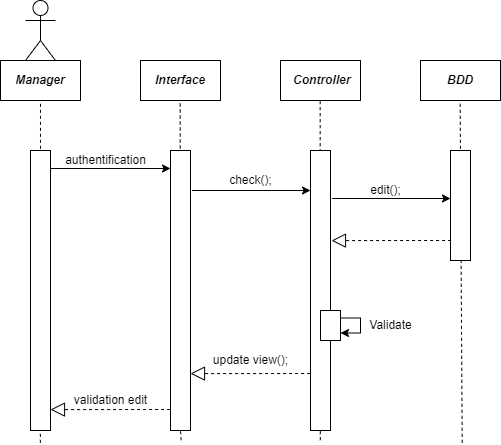
This is Diagrammes/diag séquence personnel modify.png from pierre1316/Projet-POO-CPP-CLI, a draw.io export, as it was before one commit. Source tidied: cells renumbered, new cells last; positions are measured from the earlier drawing's top-left corner, leaving out a move shared by most shapes.
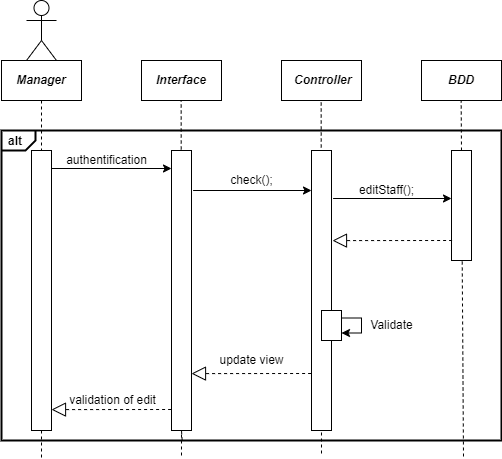
Later version of the same file.

Diff of the diagram source:
```diff
@@ -2,6 +2,9 @@
   <root>
     <mxCell id="0" />
     <mxCell id="1" parent="0" />
+    <mxCell id="30" value="&lt;p style=&quot;margin:0px;margin-top:4px;margin-left:7px;text-align:left;&quot;&gt;&lt;b&gt;alt&lt;/b&gt;&lt;/p&gt;" style="html=1;shape=mxgraph.sysml.package;overflow=fill;labelX=34.4;strokeWidth=2;align=center;fillColor=none;" parent="1" vertex="1">
+      <mxGeometry y="130" width="500" height="310" as="geometry" />
+    </mxCell>
     <mxCell id="2" value="&lt;p style=&quot;margin:13px;&quot;&gt;&lt;b&gt;&lt;i&gt;Manager&lt;/i&gt;&lt;/b&gt;&lt;/p&gt;" style="shape=rect;html=1;overflow=fill;whiteSpace=wrap;align=center;fillColor=none;" parent="1" vertex="1">
       <mxGeometry y="60" width="80" height="40" as="geometry" />
     </mxCell>
@@ -14,19 +17,20 @@
     <mxCell id="5" value="&lt;p style=&quot;margin:13px;&quot;&gt;&lt;b&gt;&lt;i&gt;Controller&lt;/i&gt;&lt;/b&gt;&lt;/p&gt;" style="shape=rect;html=1;overflow=fill;whiteSpace=wrap;align=center;fillColor=none;" parent="1" vertex="1">
       <mxGeometry x="280" y="60" width="80" height="40" as="geometry" />
     </mxCell>
-    <mxCell id="6" style="endArrow=none;dashed=1;html=1;rounded=0;entryX=0.5;entryY=1;entryDx=0;entryDy=0;exitX=0.127;exitY=1.007;exitDx=0;exitDy=0;exitPerimeter=0;" parent="1" edge="1" target="2">
+    <mxCell id="6" style="endArrow=none;dashed=1;html=1;rounded=0;entryX=0.5;entryY=1;entryDx=0;entryDy=0;" parent="1" edge="1" target="2">
       <mxGeometry relative="1" as="geometry">
-        <mxPoint x="39.8" y="442.3" as="sourcePoint" />
+        <mxPoint x="40" y="457" as="sourcePoint" />
       </mxGeometry>
     </mxCell>
-    <mxCell id="7" style="endArrow=none;dashed=1;html=1;rounded=0;entryX=0.5;entryY=1;entryDx=0;entryDy=0;exitX=0.5;exitY=1;exitDx=0;exitDy=0;startArrow=none;" parent="1" edge="1" source="10">
+    <mxCell id="7" style="endArrow=none;dashed=1;html=1;rounded=0;entryX=0.5;entryY=1;entryDx=0;entryDy=0;startArrow=none;" parent="1" edge="1">
       <mxGeometry relative="1" as="geometry">
+        <mxPoint x="180" y="455" as="sourcePoint" />
         <mxPoint x="179.7" y="100" as="targetPoint" />
       </mxGeometry>
     </mxCell>
-    <mxCell id="8" style="endArrow=none;dashed=1;html=1;rounded=0;entryX=0.5;entryY=1;entryDx=0;entryDy=0;exitX=0.636;exitY=0.999;exitDx=0;exitDy=0;exitPerimeter=0;" parent="1" edge="1">
+    <mxCell id="8" style="endArrow=none;dashed=1;html=1;rounded=0;entryX=0.5;entryY=1;entryDx=0;entryDy=0;" parent="1" edge="1">
       <mxGeometry relative="1" as="geometry">
-        <mxPoint x="319.8" y="439.7" as="sourcePoint" />
+        <mxPoint x="320" y="453" as="sourcePoint" />
         <mxPoint x="319.7" y="100" as="targetPoint" />
       </mxGeometry>
     </mxCell>
@@ -59,8 +63,8 @@
         <mxPoint x="50" y="409.1" as="targetPoint" />
       </mxGeometry>
     </mxCell>
-    <mxCell id="16" value="validation edit" style="text;html=1;align=center;verticalAlign=middle;strokeColor=none;fillColor=none;" parent="1" vertex="1">
-      <mxGeometry x="65" y="390" width="90" height="20" as="geometry" />
+    <mxCell id="16" value="validation of edit" style="text;html=1;align=center;verticalAlign=middle;strokeColor=none;fillColor=none;" parent="1" vertex="1">
+      <mxGeometry x="58" y="387" width="105" height="26" as="geometry" />
     </mxCell>
     <mxCell id="17" style="endArrow=classic;html=1;rounded=0;exitX=1.1;exitY=0.035;exitDx=0;exitDy=0;exitPerimeter=0;entryX=0.02;entryY=0.035;entryDx=0;entryDy=0;entryPerimeter=0;" parent="1" edge="1">
       <mxGeometry relative="1" as="geometry">
@@ -68,8 +72,8 @@
         <mxPoint x="450" y="198" as="targetPoint" />
       </mxGeometry>
     </mxCell>
-    <mxCell id="18" value="edit();" style="text;html=1;align=center;verticalAlign=middle;strokeColor=none;fillColor=none;" parent="1" vertex="1">
-      <mxGeometry x="360" y="180" width="50" height="20" as="geometry" />
+    <mxCell id="18" value="editStaff();" style="text;html=1;align=center;verticalAlign=middle;strokeColor=none;fillColor=none;" parent="1" vertex="1">
+      <mxGeometry x="345" y="175" width="80" height="30" as="geometry" />
     </mxCell>
     <mxCell id="19" style="endArrow=classic;html=1;rounded=0;exitX=1.1;exitY=0.035;exitDx=0;exitDy=0;exitPerimeter=0;entryX=0.02;entryY=0.035;entryDx=0;entryDy=0;entryPerimeter=0;" parent="1" edge="1">
       <mxGeometry relative="1" as="geometry">
@@ -86,9 +90,9 @@
     <mxCell id="21" value="&lt;p style=&quot;margin:13px;&quot;&gt;&lt;b&gt;&lt;i&gt;BDD&lt;/i&gt;&lt;/b&gt;&lt;/p&gt;" style="shape=rect;html=1;overflow=fill;whiteSpace=wrap;align=center;fillColor=none;" parent="1" vertex="1">
       <mxGeometry x="420" y="60" width="80" height="40" as="geometry" />
     </mxCell>
-    <mxCell id="22" style="endArrow=none;dashed=1;html=1;rounded=0;entryX=0.5;entryY=1;entryDx=0;entryDy=0;exitX=0.894;exitY=1.007;exitDx=0;exitDy=0;exitPerimeter=0;" parent="1" edge="1">
+    <mxCell id="22" style="endArrow=none;dashed=1;html=1;rounded=0;entryX=0.5;entryY=1;entryDx=0;entryDy=0;" parent="1" edge="1">
       <mxGeometry relative="1" as="geometry">
-        <mxPoint x="461.7" y="442.3" as="sourcePoint" />
+        <mxPoint x="462" y="456" as="sourcePoint" />
         <mxPoint x="459.7" y="100" as="targetPoint" />
       </mxGeometry>
     </mxCell>
@@ -104,8 +108,8 @@
         <mxPoint x="331" y="240.1" as="targetPoint" />
       </mxGeometry>
     </mxCell>
-    <mxCell id="26" value="update view();" style="text;html=1;align=center;verticalAlign=middle;strokeColor=none;fillColor=none;" parent="1" vertex="1">
-      <mxGeometry x="205" y="350" width="90" height="20" as="geometry" />
+    <mxCell id="26" value="update view" style="text;html=1;align=center;verticalAlign=middle;strokeColor=none;fillColor=none;" parent="1" vertex="1">
+      <mxGeometry x="205" y="345" width="90" height="30" as="geometry" />
     </mxCell>
     <mxCell id="27" style="rounded=0;whiteSpace=wrap;html=1;fillColor=default;" parent="1" vertex="1">
       <mxGeometry x="320" y="310" width="20" height="30" as="geometry" />
```
